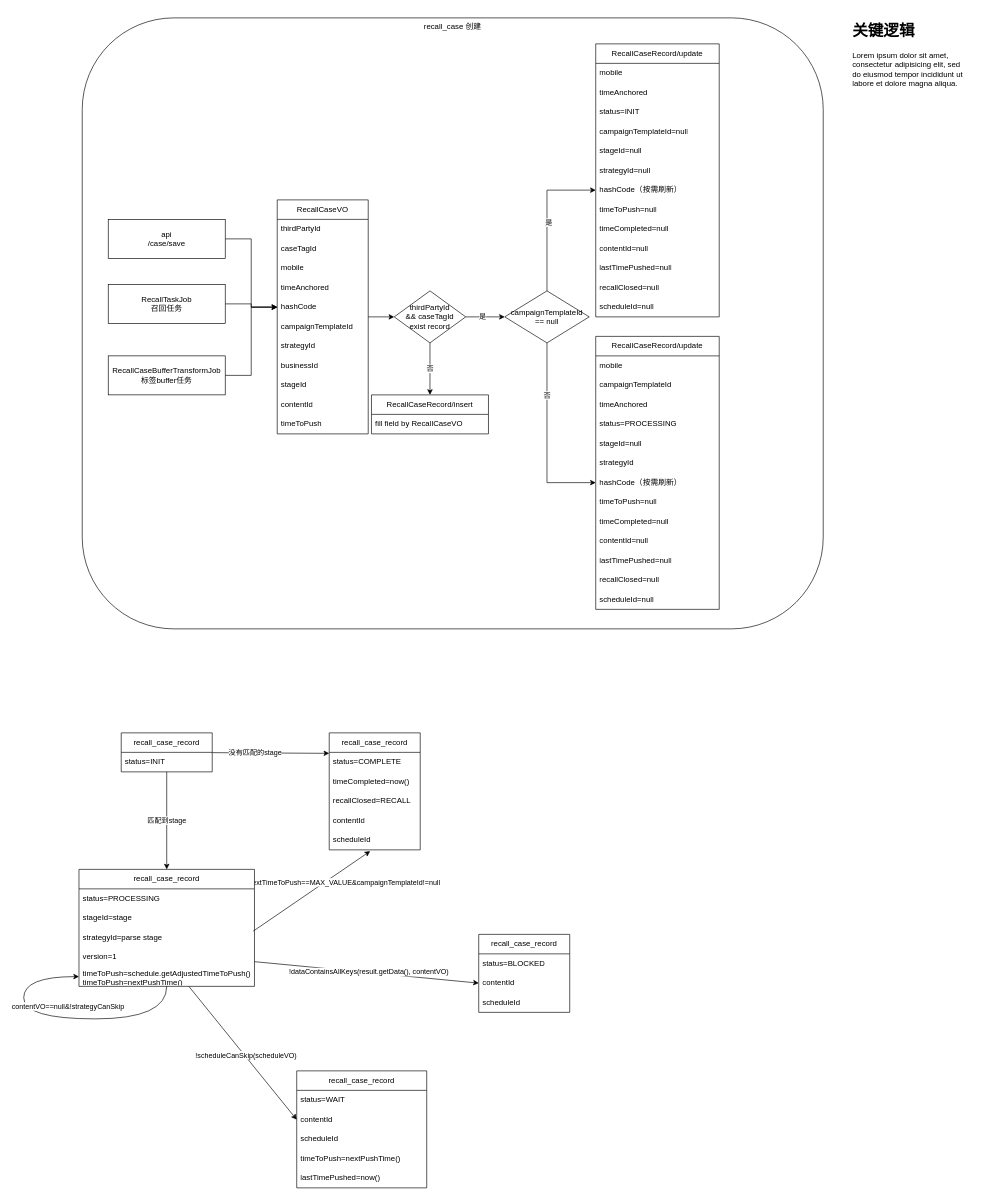
This is page "case状态变化" (2 of 3) of 数据变化图.drawio from ABIN-DS/flowchart, a draw.io file, before an edit. Source tidied: cells renumbered, new cells numbered last; positions are measured from the earlier drawing's top-left corner, leaving out a move shared by most shapes. Both pictures are drawn from the tidied source at 65%, with x=0, y=0 at pixel (23, 18).
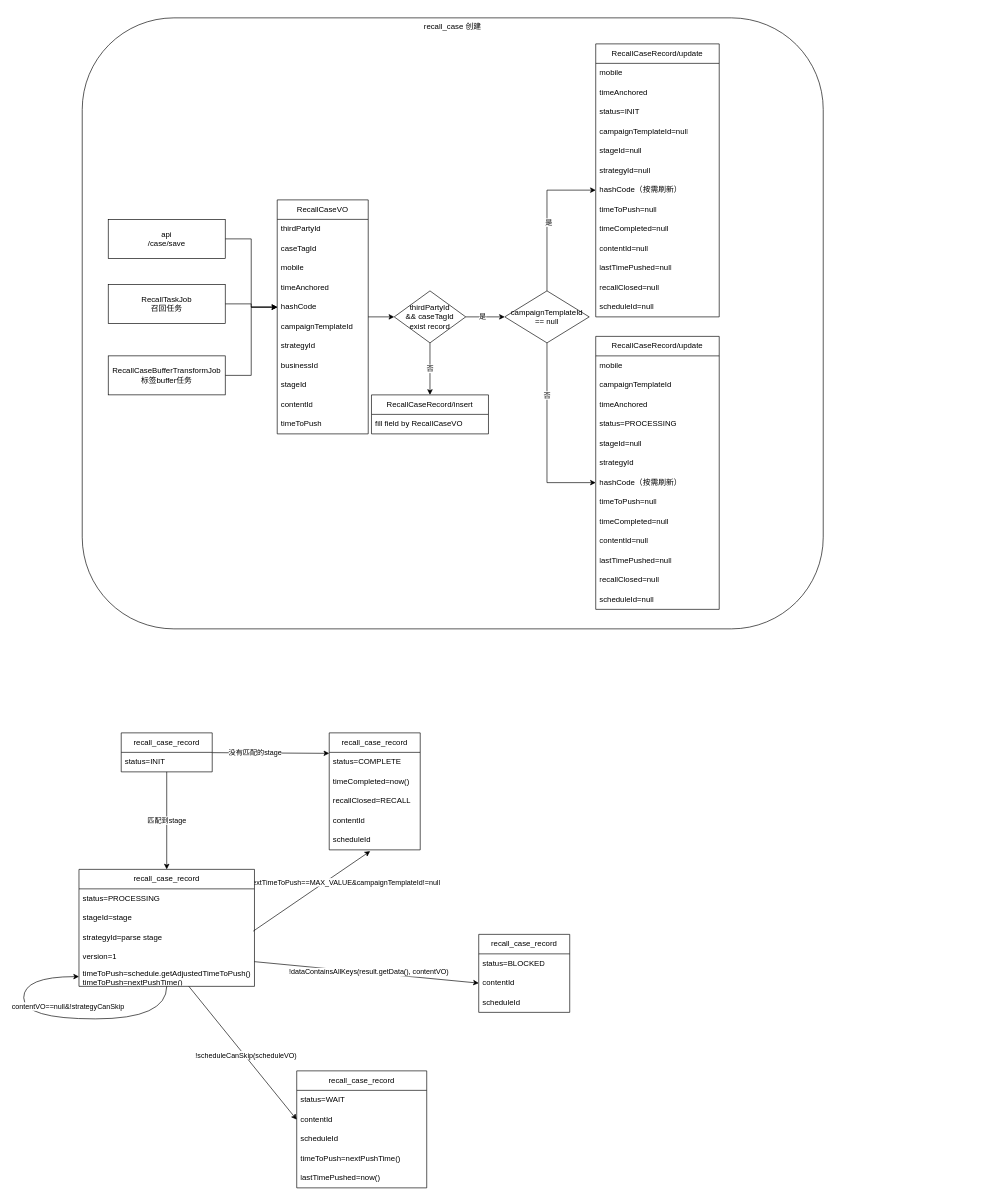
After the change.

Commit message:
更新数据变化图.drawio

What changed in the source:
```diff
@@
-    <mxCell id="55" value="&lt;h1&gt;关键逻辑&lt;/h1&gt;&lt;p&gt;Lorem ipsum dolor sit amet, consectetur adipisicing elit, sed do eiusmod tempor incididunt ut labore et dolore magna aliqua.&lt;/p&gt;" style="text;html=1;strokeColor=none;fillColor=none;spacing=5;spacingTop=-20;whiteSpace=wrap;overflow=hidden;rounded=0;" parent="1" vertex="1">
-      <mxGeometry x="1270" width="190" height="120" as="geometry" />
-    </mxCell>
```
